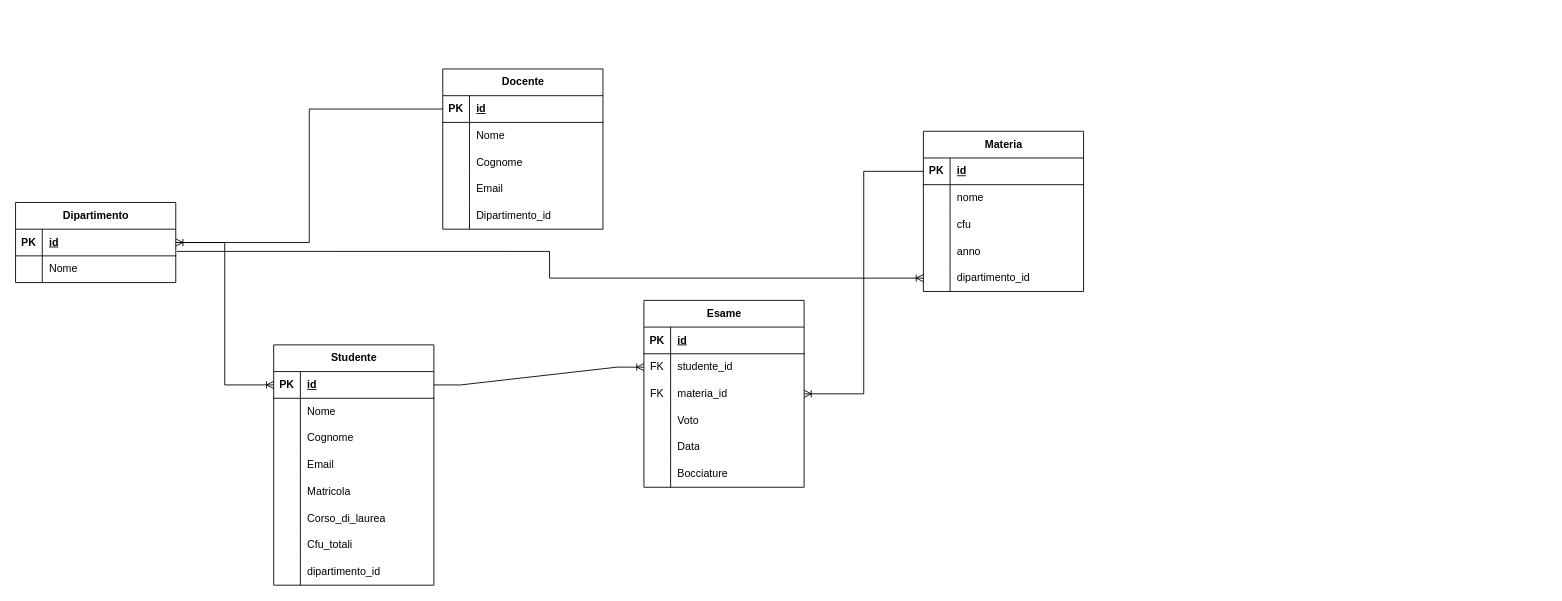
The draw.io diagram Universita/doc/Diagramma senza titolo.drawio in ZetaTeo/ProgettoR_Universita, before the edit. Source tidied: cells renumbered, new cells numbered last; positions are measured from the earlier drawing's top-left corner, leaving out a move shared by most shapes. Both pictures are drawn from the tidied source at 89%, with x=0, y=0 at pixel (15, 69).
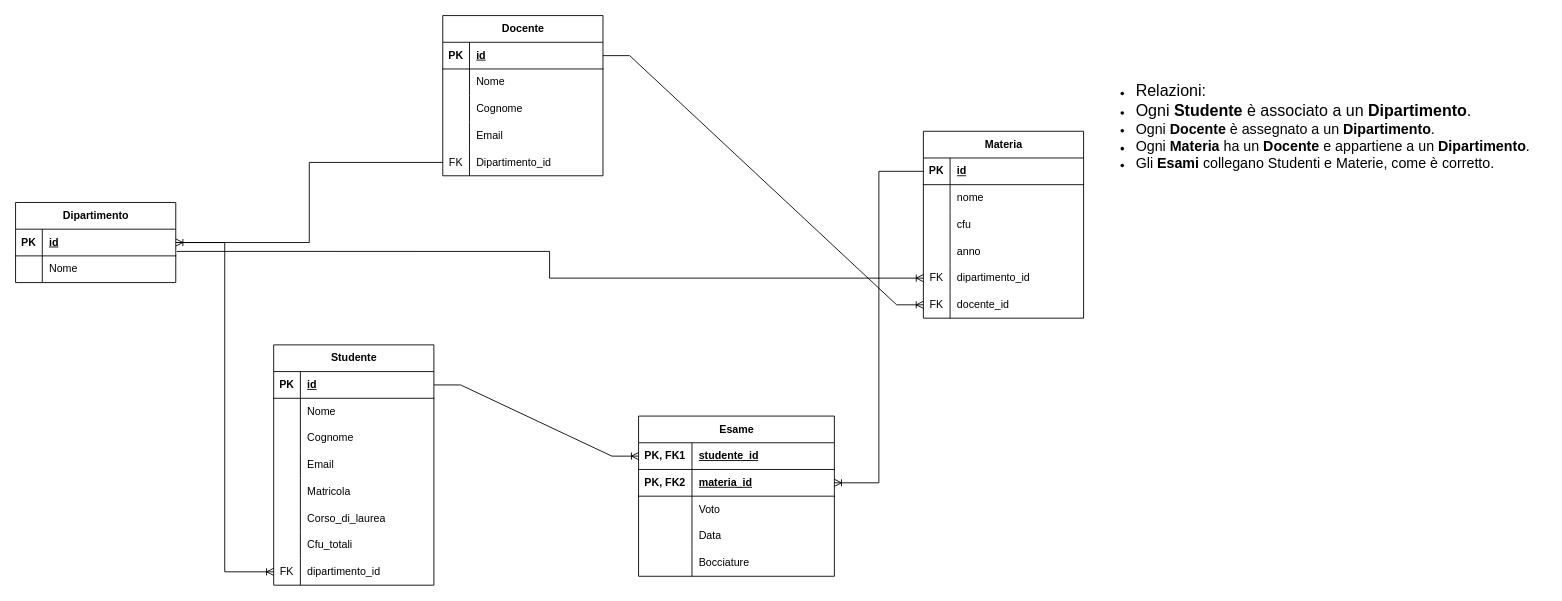
The same diagram, later.

Unchanged cells that the change refers to:
```xml
<mxCell id="3" style="shape=tableRow;horizontal=0;startSize=0;swimlaneHead=0;swimlaneBody=0;fillColor=none;points=[[0,0.5],[1,0.5]];portConstraint=eastwest;top=0;left=0;right=0;bottom=1;" parent="2" vertex="1">
  <mxGeometry y="30" width="180" height="30" as="geometry" />
</mxCell>
<mxCell id="10" style="shape=tableRow;horizontal=0;startSize=0;swimlaneHead=0;swimlaneBody=0;fillColor=none;points=[[0,0.5],[1,0.5]];portConstraint=eastwest;top=0;left=0;right=0;bottom=1;" parent="9" vertex="1">
  <mxGeometry y="30" width="180" height="30" as="geometry" />
</mxCell>
<mxCell id="31" style="shape=tableRow;horizontal=0;startSize=0;swimlaneHead=0;swimlaneBody=0;fillColor=none;points=[[0,0.5],[1,0.5]];portConstraint=eastwest;top=0;left=0;right=0;bottom=0;" parent="9" vertex="1">
  <mxGeometry y="240" width="180" height="30" as="geometry" />
</mxCell>
<mxCell id="54" style="shape=tableRow;horizontal=0;startSize=0;swimlaneHead=0;swimlaneBody=0;fillColor=none;points=[[0,0.5],[1,0.5]];portConstraint=eastwest;top=0;left=0;right=0;bottom=1;" parent="53" vertex="1">
  <mxGeometry y="30" width="180" height="30" as="geometry" />
</mxCell>
<mxCell id="66" style="shape=tableRow;horizontal=0;startSize=0;swimlaneHead=0;swimlaneBody=0;fillColor=none;points=[[0,0.5],[1,0.5]];portConstraint=eastwest;top=0;left=0;right=0;bottom=0;" parent="53" vertex="1">
  <mxGeometry y="150" width="180" height="30" as="geometry" />
</mxCell>
<mxCell id="71" style="shape=tableRow;horizontal=0;startSize=0;swimlaneHead=0;swimlaneBody=0;fillColor=none;points=[[0,0.5],[1,0.5]];portConstraint=eastwest;top=0;left=0;right=0;bottom=1;" parent="70" vertex="1">
  <mxGeometry y="30" width="180" height="30" as="geometry" />
</mxCell>
<mxCell id="83" style="shape=tableRow;horizontal=0;startSize=0;swimlaneHead=0;swimlaneBody=0;fillColor=none;points=[[0,0.5],[1,0.5]];portConstraint=eastwest;top=0;left=0;right=0;bottom=0;" parent="70" vertex="1">
  <mxGeometry y="150" width="180" height="30" as="geometry" />
</mxCell>
```

What changed in the source:
```diff
@@
-    <mxCell id="32" style="shape=partialRectangle;fillColor=none;top=0;left=0;bottom=0;right=0;overflow=hidden;whiteSpace=wrap;html=1;" parent="31" vertex="1">
+    <mxCell id="32" value="FK" style="shape=partialRectangle;fillColor=none;top=0;left=0;bottom=0;right=0;overflow=hidden;whiteSpace=wrap;html=1;" parent="31" vertex="1">
       <mxGeometry width="30" height="30" as="geometry" />
     </mxCell>
@@
     <mxCell id="34" value="Esame" style="shape=table;startSize=30;childLayout=tableLayout;rowLines=0;fontStyle=1;align=center;html=1;" parent="1" vertex="1">
-      <mxGeometry x="706" y="260" width="180" height="210" as="geometry" />
+      <mxGeometry x="700" y="390" width="220" height="180" as="geometry" />
     </mxCell>
     <mxCell id="35" style="shape=tableRow;horizontal=0;startSize=0;swimlaneHead=0;swimlaneBody=0;fillColor=none;points=[[0,0.5],[1,0.5]];portConstraint=eastwest;top=0;left=0;right=0;bottom=1;" parent="34" vertex="1">
-      <mxGeometry y="30" width="180" height="30" as="geometry" />
+      <mxGeometry y="30" width="220" height="30" as="geometry" />
     </mxCell>
-    <mxCell id="36" value="PK" style="shape=partialRectangle;fillColor=none;top=0;left=0;bottom=0;right=0;fontStyle=1;overflow=hidden;whiteSpace=wrap;html=1;" parent="35" vertex="1">
-      <mxGeometry width="30" height="30" as="geometry" />
+    <mxCell id="36" value="PK, FK1" style="shape=partialRectangle;fillColor=none;top=0;left=0;bottom=0;right=0;fontStyle=1;overflow=hidden;whiteSpace=wrap;html=1;" parent="35" vertex="1">
+      <mxGeometry width="60" height="30" as="geometry" />
     </mxCell>
-    <mxCell id="37" value="id" style="shape=partialRectangle;fillColor=none;top=0;left=0;bottom=0;right=0;align=left;spacingLeft=6;fontStyle=5;overflow=hidden;whiteSpace=wrap;html=1;" parent="35" vertex="1">
-      <mxGeometry x="30" width="150" height="30" as="geometry" />
+    <mxCell id="37" value="studente_id" style="shape=partialRectangle;fillColor=none;top=0;left=0;bottom=0;right=0;align=left;spacingLeft=6;fontStyle=5;overflow=hidden;whiteSpace=wrap;html=1;" parent="35" vertex="1">
+      <mxGeometry x="60" width="160" height="30" as="geometry" />
     </mxCell>
-    <mxCell id="38" style="shape=tableRow;horizontal=0;startSize=0;swimlaneHead=0;swimlaneBody=0;fillColor=none;points=[[0,0.5],[1,0.5]];portConstraint=eastwest;top=0;left=0;right=0;bottom=0;" parent="34" vertex="1">
-      <mxGeometry y="60" width="180" height="30" as="geometry" />
-    </mxCell>
-    <mxCell id="39" value="FK" style="shape=partialRectangle;fillColor=none;top=0;left=0;bottom=0;right=0;overflow=hidden;whiteSpace=wrap;html=1;" parent="38" vertex="1">
-      <mxGeometry width="30" height="30" as="geometry" />
-    </mxCell>
-    <mxCell id="40" value="studente_id" style="shape=partialRectangle;fillColor=none;top=0;left=0;bottom=0;right=0;align=left;spacingLeft=6;overflow=hidden;whiteSpace=wrap;html=1;" parent="38" vertex="1">
-      <mxGeometry x="30" width="150" height="30" as="geometry" />
-    </mxCell>
-    <mxCell id="41" style="shape=tableRow;horizontal=0;startSize=0;swimlaneHead=0;swimlaneBody=0;fillColor=none;points=[[0,0.5],[1,0.5]];portConstraint=eastwest;top=0;left=0;right=0;bottom=0;" parent="34" vertex="1">
-      <mxGeometry y="90" width="180" height="30" as="geometry" />
-    </mxCell>
-    <mxCell id="42" value="FK" style="shape=partialRectangle;fillColor=none;top=0;left=0;bottom=0;right=0;overflow=hidden;whiteSpace=wrap;html=1;" parent="41" vertex="1">
-      <mxGeometry width="30" height="30" as="geometry" />
-    </mxCell>
+    <mxCell id="90" style="shape=tableRow;horizontal=0;startSize=0;swimlaneHead=0;swimlaneBody=0;fillColor=none;points=[[0,0.5],[1,0.5]];portConstraint=eastwest;top=0;left=0;right=0;bottom=1;" parent="34" vertex="1">
+      <mxGeometry y="60" width="220" height="30" as="geometry" />
+    </mxCell>
+    <mxCell id="91" value="PK, FK2" style="shape=partialRectangle;fillColor=none;top=0;left=0;bottom=0;right=0;fontStyle=1;overflow=hidden;whiteSpace=wrap;html=1;" parent="90" vertex="1">
+      <mxGeometry width="60" height="30" as="geometry" />
+    </mxCell>
-    <mxCell id="43" value="materia_id" style="shape=partialRectangle;fillColor=none;top=0;left=0;bottom=0;right=0;align=left;spacingLeft=6;overflow=hidden;whiteSpace=wrap;html=1;" parent="41" vertex="1">
-      <mxGeometry x="30" width="150" height="30" as="geometry" />
+    <mxCell id="43" value="materia_id" style="shape=partialRectangle;fillColor=none;top=0;left=0;bottom=0;right=0;align=left;spacingLeft=6;fontStyle=5;overflow=hidden;whiteSpace=wrap;html=1;" parent="90" vertex="1">
+      <mxGeometry x="60" width="160" height="30" as="geometry" />
     </mxCell>
     <mxCell id="44" style="shape=tableRow;horizontal=0;startSize=0;swimlaneHead=0;swimlaneBody=0;fillColor=none;top=0;left=0;right=0;bottom=0;" parent="34" vertex="1">
-      <mxGeometry y="120" width="180" height="30" as="geometry" />
+      <mxGeometry y="90" width="220" height="30" as="geometry" />
     </mxCell>
     <mxCell id="45" style="shape=partialRectangle;fillColor=none;top=0;left=0;bottom=0;right=0;overflow=hidden;whiteSpace=wrap;html=1;" parent="44" vertex="1">
-      <mxGeometry width="30" height="30" as="geometry" />
+      <mxGeometry width="60" height="30" as="geometry" />
     </mxCell>
     <mxCell id="46" value="Voto" style="shape=partialRectangle;fillColor=none;top=0;left=0;bottom=0;right=0;align=left;spacingLeft=6;overflow=hidden;whiteSpace=wrap;html=1;" parent="44" vertex="1">
-      <mxGeometry x="30" width="150" height="30" as="geometry" />
+      <mxGeometry x="60" width="160" height="30" as="geometry" />
     </mxCell>
     <mxCell id="47" style="shape=tableRow;horizontal=0;startSize=0;swimlaneHead=0;swimlaneBody=0;fillColor=none;top=0;left=0;right=0;bottom=0;" parent="34" vertex="1">
-      <mxGeometry y="150" width="180" height="30" as="geometry" />
+      <mxGeometry y="120" width="220" height="30" as="geometry" />
     </mxCell>
     <mxCell id="48" style="shape=partialRectangle;fillColor=none;top=0;left=0;bottom=0;right=0;overflow=hidden;whiteSpace=wrap;html=1;" parent="47" vertex="1">
-      <mxGeometry width="30" height="30" as="geometry" />
+      <mxGeometry width="60" height="30" as="geometry" />
     </mxCell>
     <mxCell id="49" value="Data" style="shape=partialRectangle;fillColor=none;top=0;left=0;bottom=0;right=0;align=left;spacingLeft=6;overflow=hidden;whiteSpace=wrap;html=1;" parent="47" vertex="1">
-      <mxGeometry x="30" width="150" height="30" as="geometry" />
+      <mxGeometry x="60" width="160" height="30" as="geometry" />
     </mxCell>
     <mxCell id="50" style="shape=tableRow;horizontal=0;startSize=0;swimlaneHead=0;swimlaneBody=0;fillColor=none;top=0;left=0;right=0;bottom=0;" parent="34" vertex="1">
-      <mxGeometry y="180" width="180" height="30" as="geometry" />
+      <mxGeometry y="150" width="220" height="30" as="geometry" />
     </mxCell>
     <mxCell id="51" style="shape=partialRectangle;fillColor=none;top=0;left=0;bottom=0;right=0;overflow=hidden;whiteSpace=wrap;html=1;" parent="50" vertex="1">
-      <mxGeometry width="30" height="30" as="geometry" />
+      <mxGeometry width="60" height="30" as="geometry" />
     </mxCell>
     <mxCell id="52" value="Bocciature" style="shape=partialRectangle;fillColor=none;top=0;left=0;bottom=0;right=0;align=left;spacingLeft=6;overflow=hidden;whiteSpace=wrap;html=1;" parent="50" vertex="1">
-      <mxGeometry x="30" width="150" height="30" as="geometry" />
+      <mxGeometry x="60" width="160" height="30" as="geometry" />
     </mxCell>
     <mxCell id="53" value="Materia" style="shape=table;startSize=30;childLayout=tableLayout;rowLines=0;fontStyle=1;align=center;html=1;" parent="1" vertex="1">
-      <mxGeometry x="1020" y="70" width="180" height="180" as="geometry" />
+      <mxGeometry x="1020" y="70" width="180" height="210" as="geometry" />
     </mxCell>
@@
-    <mxCell id="67" style="shape=partialRectangle;fillColor=none;top=0;left=0;bottom=0;right=0;overflow=hidden;whiteSpace=wrap;html=1;" parent="66" vertex="1">
+    <mxCell id="67" value="FK" style="shape=partialRectangle;fillColor=none;top=0;left=0;bottom=0;right=0;overflow=hidden;whiteSpace=wrap;html=1;" parent="66" vertex="1">
       <mxGeometry width="30" height="30" as="geometry" />
     </mxCell>
@@
+    <mxCell id="92" style="shape=tableRow;horizontal=0;startSize=0;swimlaneHead=0;swimlaneBody=0;fillColor=none;points=[[0,0.5],[1,0.5]];portConstraint=eastwest;top=0;left=0;right=0;bottom=0;" parent="53" vertex="1">
+      <mxGeometry y="180" width="180" height="30" as="geometry" />
+    </mxCell>
+    <mxCell id="93" value="FK" style="shape=partialRectangle;fillColor=none;top=0;left=0;bottom=0;right=0;overflow=hidden;whiteSpace=wrap;html=1;" parent="92" vertex="1">
+      <mxGeometry width="30" height="30" as="geometry" />
+    </mxCell>
+    <mxCell id="94" value="docente_id" style="shape=partialRectangle;fillColor=none;top=0;left=0;bottom=0;right=0;align=left;spacingLeft=6;overflow=hidden;whiteSpace=wrap;html=1;" parent="92" vertex="1">
+      <mxGeometry x="30" width="150" height="30" as="geometry" />
+    </mxCell>
-    <mxCell id="69" style="fontSize=12;html=1;endArrow=ERoneToMany;rounded=0;edgeStyle=orthogonalEdgeStyle;exitX=0;exitY=0.5;exitDx=0;exitDy=0;entryX=1;entryY=0.5;entryDx=0;entryDy=0;" parent="1" edge="1" source="54" target="41">
+    <mxCell id="69" style="fontSize=12;html=1;endArrow=ERoneToMany;rounded=0;edgeStyle=orthogonalEdgeStyle;exitX=0;exitY=0.5;exitDx=0;exitDy=0;entryX=1;entryY=0.5;entryDx=0;entryDy=0;" parent="1" edge="1" source="54" target="90">
       <mxGeometry relative="1" as="geometry" />
     </mxCell>
     <mxCell id="70" value="Docente" style="shape=table;startSize=30;childLayout=tableLayout;rowLines=0;fontStyle=1;align=center;html=1;" parent="1" vertex="1">
-      <mxGeometry x="480" width="180" height="180" as="geometry" />
+      <mxGeometry x="480" y="-60" width="180" height="180" as="geometry" />
     </mxCell>
@@
-    <mxCell id="84" style="shape=partialRectangle;fillColor=none;top=0;left=0;bottom=0;right=0;overflow=hidden;whiteSpace=wrap;html=1;" parent="83" vertex="1">
+    <mxCell id="84" value="FK" style="shape=partialRectangle;fillColor=none;top=0;left=0;bottom=0;right=0;overflow=hidden;whiteSpace=wrap;html=1;" parent="83" vertex="1">
       <mxGeometry width="30" height="30" as="geometry" />
     </mxCell>
@@
-    <mxCell id="86" style="edgeStyle=entityRelationEdgeStyle;fontSize=12;html=1;endArrow=ERoneToMany;rounded=0;exitX=1;exitY=0.5;exitDx=0;exitDy=0;entryX=0;entryY=0.5;entryDx=0;entryDy=0;" parent="1" edge="1" source="10" target="38">
+    <mxCell id="86" style="edgeStyle=entityRelationEdgeStyle;fontSize=12;html=1;endArrow=ERoneToMany;rounded=0;exitX=1;exitY=0.5;exitDx=0;exitDy=0;entryX=0;entryY=0.5;entryDx=0;entryDy=0;" parent="1" edge="1" source="10" target="35">
       <mxGeometry relative="1" as="geometry" />
     </mxCell>
-    <mxCell id="87" style="edgeStyle=elbowEdgeStyle;fontSize=12;html=1;endArrow=ERoneToMany;rounded=0;entryX=1;entryY=0.5;entryDx=0;entryDy=0;exitX=0;exitY=0.5;exitDx=0;exitDy=0;" parent="1" edge="1" source="71" target="3">
+    <mxCell id="87" style="edgeStyle=elbowEdgeStyle;fontSize=12;html=1;endArrow=ERoneToMany;rounded=0;entryX=1;entryY=0.5;entryDx=0;entryDy=0;exitX=0;exitY=0.5;exitDx=0;exitDy=0;" parent="1" edge="1" source="83" target="3">
       <mxGeometry relative="1" as="geometry" />
     </mxCell>
-    <mxCell id="88" style="edgeStyle=elbowEdgeStyle;fontSize=12;html=1;endArrow=ERoneToMany;rounded=0;exitX=1;exitY=0.5;exitDx=0;exitDy=0;" parent="1" edge="1" source="3">
-      <mxGeometry relative="1" as="geometry">
-        <mxPoint x="290" y="355" as="targetPoint" />
-      </mxGeometry>
+    <mxCell id="88" style="edgeStyle=elbowEdgeStyle;fontSize=12;html=1;endArrow=ERoneToMany;rounded=0;exitX=1;exitY=0.5;exitDx=0;exitDy=0;entryX=0;entryY=0.5;entryDx=0;entryDy=0;" parent="1" edge="1" source="3" target="31">
+      <mxGeometry relative="1" as="geometry" />
     </mxCell>
@@
+    <mxCell id="95" style="edgeStyle=entityRelationEdgeStyle;fontSize=12;html=1;endArrow=ERoneToMany;rounded=0;exitX=1;exitY=0.5;exitDx=0;exitDy=0;entryX=0;entryY=0.5;entryDx=0;entryDy=0;" parent="1" edge="1" source="71" target="92">
+      <mxGeometry relative="1" as="geometry" />
+    </mxCell>
+    <mxCell id="96" value="&lt;li&gt;&lt;font style=&quot;font-size: 18px;&quot;&gt;Relazioni:&lt;/font&gt;&lt;/li&gt;&lt;li&gt;&lt;span style=&quot;font-size: 18px; background-color: transparent; color: light-dark(rgb(0, 0, 0), rgb(255, 255, 255));&quot;&gt;Ogni &lt;/span&gt;&lt;strong style=&quot;font-size: 18px; background-color: transparent; color: light-dark(rgb(0, 0, 0), rgb(255, 255, 255));&quot;&gt;Studente&lt;/strong&gt;&lt;span style=&quot;font-size: 18px; background-color: transparent; color: light-dark(rgb(0, 0, 0), rgb(255, 255, 255));&quot;&gt; è associato a un &lt;/span&gt;&lt;strong style=&quot;font-size: 18px; background-color: transparent; color: light-dark(rgb(0, 0, 0), rgb(255, 255, 255));&quot;&gt;Dipartimento&lt;/strong&gt;&lt;span style=&quot;font-size: 18px; background-color: transparent; color: light-dark(rgb(0, 0, 0), rgb(255, 255, 255));&quot;&gt;.&lt;/span&gt;&lt;/li&gt;&lt;li&gt;&lt;font size=&quot;3&quot;&gt;Ogni &lt;strong&gt;Docente&lt;/strong&gt; è assegnato a un &lt;strong&gt;Dipartimento&lt;/strong&gt;.&lt;/font&gt;&lt;/li&gt;&lt;li&gt;&lt;font size=&quot;3&quot;&gt;Ogni &lt;strong&gt;Materia&lt;/strong&gt; ha un &lt;strong&gt;Docente&lt;/strong&gt; e appartiene a un &lt;strong&gt;Dipartimento&lt;/strong&gt;.&lt;/font&gt;&lt;/li&gt;&lt;li&gt;&lt;font size=&quot;3&quot;&gt;Gli &lt;strong&gt;Esami&lt;/strong&gt; collegano Studenti e Materie, come è corretto.&lt;/font&gt;&lt;/li&gt;" style="text;html=1;align=left;verticalAlign=middle;strokeColor=none;fillColor=none;" parent="1" vertex="1">
+      <mxGeometry x="1240" y="10" width="480" height="110" as="geometry" />
+    </mxCell>
```
